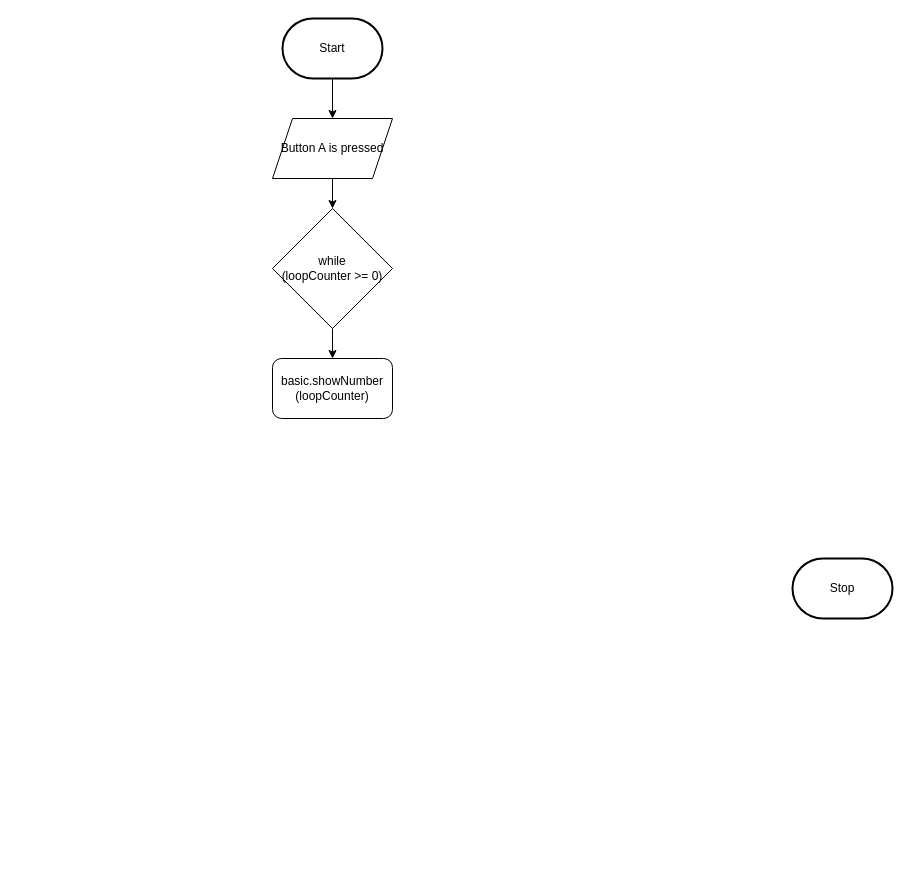
Before: design/flowchart.drawio in MTHS-TEJ2O-1-2024/TEJ2O-Unit-2-13B-ella-an2, a draw.io diagram. Source tidied: cells renumbered, new cells numbered last; positions are measured from the earlier drawing's top-left corner, leaving out a move shared by most shapes. Both pictures are drawn from the tidied source at 100%, with x=0, y=0 at pixel (272, 18).
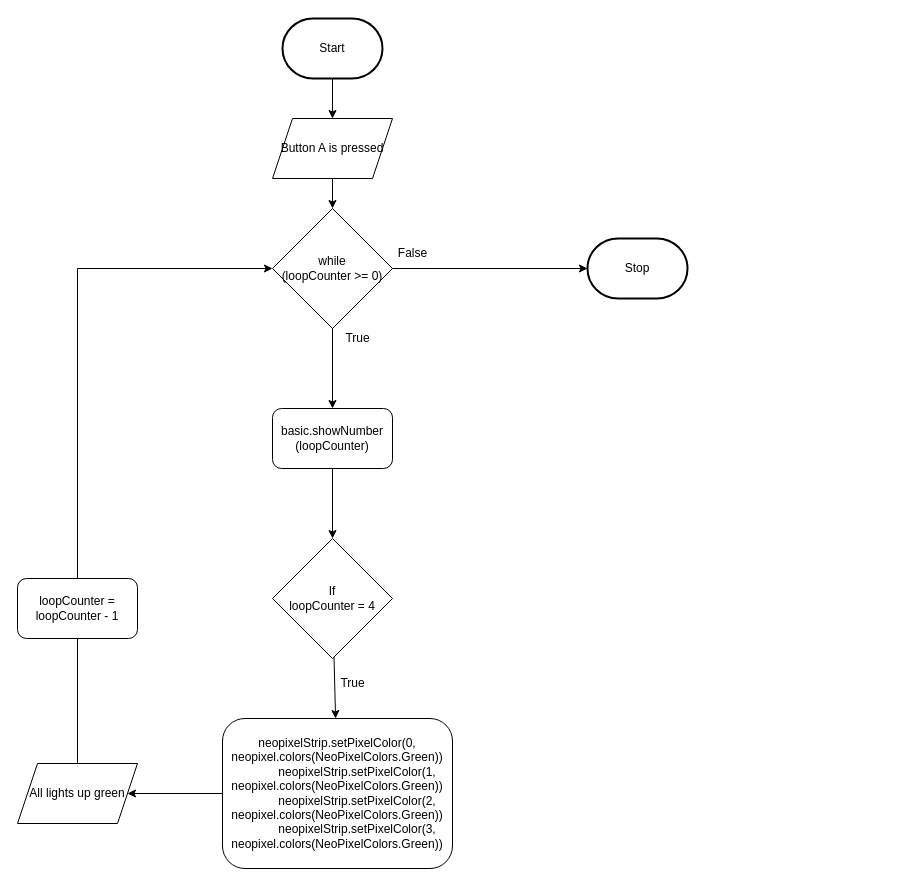
The same page after the edit.

The change refers to these unchanged cells:
```xml
<mxCell id="9" value="while&lt;br&gt;(loopCounter &amp;gt;= 0)" style="rhombus;whiteSpace=wrap;html=1;" parent="1" vertex="1">
  <mxGeometry y="190" width="120" height="120" as="geometry" />
</mxCell>
```

What changed in the source:
```diff
@@
     <mxCell id="4" value="Stop" style="strokeWidth=2;html=1;shape=mxgraph.flowchart.terminator;whiteSpace=wrap;" parent="1" vertex="1">
-      <mxGeometry x="520" y="540" width="100" height="60" as="geometry" />
+      <mxGeometry x="315" y="220" width="100" height="60" as="geometry" />
     </mxCell>
@@
+    <mxCell id="10" style="edgeStyle=orthogonalEdgeStyle;rounded=0;html=1;" parent="1" edge="1" source="7" target="13">
+      <mxGeometry relative="1" as="geometry" />
+    </mxCell>
     <mxCell id="7" value="basic.showNumber&lt;br&gt;(loopCounter)" style="rounded=1;whiteSpace=wrap;html=1;" parent="1" vertex="1">
-      <mxGeometry y="340" width="120" height="60" as="geometry" />
+      <mxGeometry y="390" width="120" height="60" as="geometry" />
     </mxCell>
@@
+    <mxCell id="11" style="edgeStyle=none;html=1;exitX=1;exitY=0.5;exitDx=0;exitDy=0;entryX=0;entryY=0.5;entryDx=0;entryDy=0;entryPerimeter=0;" parent="1" edge="1" source="9" target="4">
+      <mxGeometry relative="1" as="geometry" />
+    </mxCell>
@@
+    <mxCell id="12" style="edgeStyle=none;html=1;" parent="1" edge="1" source="13" target="17">
+      <mxGeometry relative="1" as="geometry" />
+    </mxCell>
+    <mxCell id="13" value="If&lt;br&gt;loopCounter = 4" style="rhombus;whiteSpace=wrap;html=1;" parent="1" vertex="1">
+      <mxGeometry y="520" width="120" height="120" as="geometry" />
+    </mxCell>
+    <mxCell id="14" value="True" style="text;html=1;align=center;verticalAlign=middle;strokeColor=none;fillColor=none;" parent="1" vertex="1">
+      <mxGeometry x="60" y="305" width="50" height="30" as="geometry" />
+    </mxCell>
+    <mxCell id="15" value="False" style="text;html=1;align=center;verticalAlign=middle;strokeColor=none;fillColor=none;" parent="1" vertex="1">
+      <mxGeometry x="115" y="220" width="50" height="30" as="geometry" />
+    </mxCell>
+    <mxCell id="16" style="edgeStyle=none;html=1;" parent="1" edge="1" source="17" target="19">
+      <mxGeometry relative="1" as="geometry" />
+    </mxCell>
+    <mxCell id="17" value="&lt;div&gt;neopixelStrip.setPixelColor(0, neopixel.colors(NeoPixelColors.Green))&lt;/div&gt;&lt;div&gt;&amp;nbsp; &amp;nbsp; &amp;nbsp; &amp;nbsp; &amp;nbsp; &amp;nbsp; neopixelStrip.setPixelColor(1, neopixel.colors(NeoPixelColors.Green))&lt;/div&gt;&lt;div&gt;&amp;nbsp; &amp;nbsp; &amp;nbsp; &amp;nbsp; &amp;nbsp; &amp;nbsp; neopixelStrip.setPixelColor(2, neopixel.colors(NeoPixelColors.Green))&lt;/div&gt;&lt;div&gt;&amp;nbsp; &amp;nbsp; &amp;nbsp; &amp;nbsp; &amp;nbsp; &amp;nbsp; neopixelStrip.setPixelColor(3, neopixel.colors(NeoPixelColors.Green))&lt;/div&gt;" style="rounded=1;whiteSpace=wrap;html=1;" parent="1" vertex="1">
+      <mxGeometry x="-50" y="700" width="230" height="150" as="geometry" />
+    </mxCell>
+    <mxCell id="18" style="edgeStyle=orthogonalEdgeStyle;html=1;exitX=0.5;exitY=0;exitDx=0;exitDy=0;entryX=0;entryY=0.5;entryDx=0;entryDy=0;rounded=0;" parent="1" edge="1" source="19" target="9">
+      <mxGeometry relative="1" as="geometry" />
+    </mxCell>
+    <mxCell id="19" value="All lights up green" style="shape=parallelogram;perimeter=parallelogramPerimeter;whiteSpace=wrap;html=1;fixedSize=1;" parent="1" vertex="1">
+      <mxGeometry x="-255" y="745" width="120" height="60" as="geometry" />
+    </mxCell>
+    <mxCell id="20" value="True" style="text;html=1;align=center;verticalAlign=middle;strokeColor=none;fillColor=none;" parent="1" vertex="1">
+      <mxGeometry x="55" y="650" width="50" height="30" as="geometry" />
+    </mxCell>
+    <mxCell id="21" value="loopCounter = loopCounter - 1" style="rounded=1;whiteSpace=wrap;html=1;" parent="1" vertex="1">
+      <mxGeometry x="-255" y="560" width="120" height="60" as="geometry" />
+    </mxCell>
```
